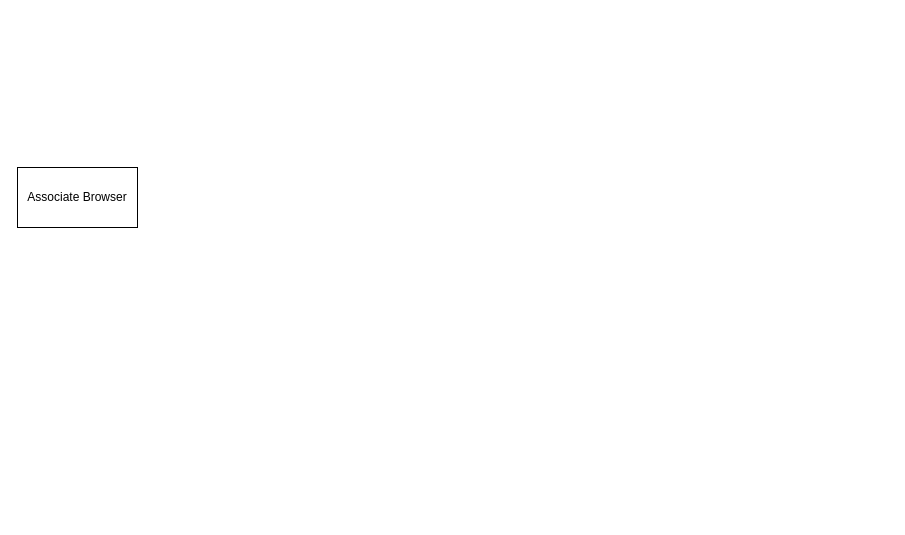
Above: Untitled Diagram.drawio in workmoreandtalkless/system-design-101 (draw.io), before the change. Source tidied: cells renumbered, new cells numbered last; positions are measured from the earlier drawing's top-left corner, leaving out a move shared by most shapes. Both pictures are drawn from the tidied source at 100%, with x=0, y=0 at pixel (17, 167).
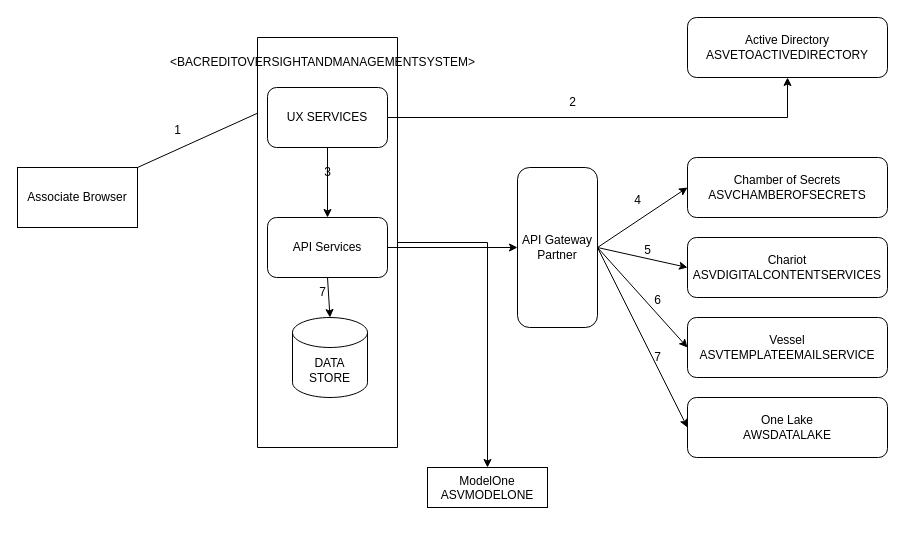
After the change.

Commit message:
complete diagram

The edit, as a diff of the source:
```diff
@@
+    <mxCell id="3" value="ModelOne&lt;div&gt;ASVMODELONE&lt;br&gt;&lt;div&gt;&lt;br&gt;&lt;/div&gt;&lt;/div&gt;" style="whiteSpace=wrap;html=1;verticalAlign=top;strokeWidth=1;" parent="1" vertex="1">
+      <mxGeometry x="410" y="300" width="120" height="40" as="geometry" />
+    </mxCell>
@@
+    <mxCell id="4" style="endArrow=classic;html=1;rounded=0;entryX=0.25;entryY=0.146;entryDx=0;entryDy=0;entryPerimeter=0;" parent="1" edge="1" target="6">
+      <mxGeometry relative="1" as="geometry">
+        <mxPoint x="120" as="sourcePoint" />
+      </mxGeometry>
+    </mxCell>
+    <mxCell id="5" style="edgeStyle=orthogonalEdgeStyle;rounded=0;jettySize=auto;html=1;" parent="1" edge="1" source="6" target="3">
+      <mxGeometry relative="1" as="geometry" />
+    </mxCell>
+    <mxCell id="6" style="verticalLabelPosition=bottom;verticalAlign=top;html=1;shape=mxgraph.basic.rect;fillColor2=none;strokeWidth=1;size=20;indent=5;" parent="1" vertex="1">
+      <mxGeometry x="240" y="-130" width="140" height="410" as="geometry" />
+    </mxCell>
+    <mxCell id="7" value="&amp;lt;BACREDITOVERSIGHTANDMANAGEMENTSYSTEM&amp;gt;" style="text;html=1;align=center;verticalAlign=middle;strokeColor=none;fillColor=none;" parent="1" vertex="1">
+      <mxGeometry x="140" y="-120" width="330" height="30" as="geometry" />
+    </mxCell>
+    <mxCell id="8" style="edgeStyle=orthogonalEdgeStyle;rounded=0;jettySize=auto;html=1;" parent="1" edge="1" source="9" target="20">
+      <mxGeometry relative="1" as="geometry" />
+    </mxCell>
+    <mxCell id="9" value="UX SERVICES" style="rounded=1;whiteSpace=wrap;html=1;" parent="1" vertex="1">
+      <mxGeometry x="250" y="-80" width="120" height="60" as="geometry" />
+    </mxCell>
+    <mxCell id="10" value="1" style="text;html=1;align=center;verticalAlign=middle;strokeColor=none;fillColor=none;" parent="1" vertex="1">
+      <mxGeometry x="145" y="-52" width="30" height="30" as="geometry" />
+    </mxCell>
+    <mxCell id="11" value="API Services" style="rounded=1;whiteSpace=wrap;html=1;" parent="1" vertex="1">
+      <mxGeometry x="250" y="50" width="120" height="60" as="geometry" />
+    </mxCell>
+    <mxCell id="12" value="DATA STORE" style="shape=cylinder3;whiteSpace=wrap;html=1;boundedLbl=1;backgroundOutline=1;size=15;" parent="1" vertex="1">
+      <mxGeometry x="275" y="150" width="75" height="80" as="geometry" />
+    </mxCell>
+    <mxCell id="13" style="endArrow=classic;html=1;rounded=0;exitX=0.5;exitY=1;exitDx=0;exitDy=0;" parent="1" edge="1" source="9">
+      <mxGeometry relative="1" as="geometry">
+        <mxPoint x="310" y="50" as="targetPoint" />
+      </mxGeometry>
+    </mxCell>
+    <mxCell id="14" value="3" style="text;html=1;align=center;verticalAlign=middle;strokeColor=none;fillColor=none;" parent="1" vertex="1">
+      <mxGeometry x="295" y="-10" width="30" height="30" as="geometry" />
+    </mxCell>
+    <mxCell id="15" style="endArrow=classic;html=1;rounded=0;exitX=0.5;exitY=1;exitDx=0;exitDy=0;entryX=0.5;entryY=0;entryDx=0;entryDy=0;entryPerimeter=0;" parent="1" edge="1" source="11" target="12">
+      <mxGeometry relative="1" as="geometry" />
+    </mxCell>
+    <mxCell id="16" value="7" style="text;html=1;align=center;verticalAlign=middle;strokeColor=none;fillColor=none;" parent="1" vertex="1">
+      <mxGeometry x="290" y="110" width="30" height="30" as="geometry" />
+    </mxCell>
+    <mxCell id="17" value="Chariot&lt;div&gt;ASVDIGITALCONTENTSERVICES&lt;/div&gt;" style="rounded=1;whiteSpace=wrap;html=1;" parent="1" vertex="1">
+      <mxGeometry x="670" y="70" width="200" height="60" as="geometry" />
+    </mxCell>
+    <mxCell id="18" value="Chamber of Secrets&lt;div&gt;ASVCHAMBEROFSECRETS&lt;/div&gt;" style="rounded=1;whiteSpace=wrap;html=1;" parent="1" vertex="1">
+      <mxGeometry x="670" y="-10" width="200" height="60" as="geometry" />
+    </mxCell>
+    <mxCell id="19" value="API Gateway Partner" style="rounded=1;whiteSpace=wrap;html=1;" parent="1" vertex="1">
+      <mxGeometry x="500" width="80" height="160" as="geometry" />
+    </mxCell>
+    <mxCell id="20" value="Active Directory&lt;div&gt;ASVETOACTIVEDIRECTORY&lt;/div&gt;" style="whiteSpace=wrap;html=1;rounded=1;" parent="1" vertex="1">
+      <mxGeometry x="670" y="-150" width="200" height="60" as="geometry" />
+    </mxCell>
+    <mxCell id="21" value="Vessel&lt;div&gt;ASVTEMPLATEEMAILSERVICE&lt;/div&gt;" style="rounded=1;whiteSpace=wrap;html=1;" parent="1" vertex="1">
+      <mxGeometry x="670" y="150" width="200" height="60" as="geometry" />
+    </mxCell>
+    <mxCell id="22" value="One Lake&lt;div&gt;AWSDATALAKE&lt;/div&gt;" style="rounded=1;whiteSpace=wrap;html=1;" parent="1" vertex="1">
+      <mxGeometry x="670" y="230" width="200" height="60" as="geometry" />
+    </mxCell>
+    <mxCell id="23" value="2" style="text;html=1;align=center;verticalAlign=middle;strokeColor=none;fillColor=none;" parent="1" vertex="1">
+      <mxGeometry x="540" y="-80" width="30" height="30" as="geometry" />
+    </mxCell>
+    <mxCell id="24" style="endArrow=classic;html=1;rounded=0;exitX=1;exitY=0.5;exitDx=0;exitDy=0;entryX=0;entryY=0.5;entryDx=0;entryDy=0;" parent="1" edge="1" source="11" target="19">
+      <mxGeometry relative="1" as="geometry" />
+    </mxCell>
+    <mxCell id="25" style="endArrow=classic;html=1;rounded=0;exitX=1;exitY=0.5;exitDx=0;exitDy=0;entryX=0;entryY=0.5;entryDx=0;entryDy=0;" parent="1" edge="1" source="19" target="18">
+      <mxGeometry relative="1" as="geometry" />
+    </mxCell>
+    <mxCell id="26" value="4" style="text;html=1;align=center;verticalAlign=middle;strokeColor=none;fillColor=none;" parent="1" vertex="1">
+      <mxGeometry x="605" y="18" width="30" height="30" as="geometry" />
+    </mxCell>
+    <mxCell id="27" style="endArrow=classic;html=1;rounded=0;exitX=1;exitY=0.5;exitDx=0;exitDy=0;entryX=0;entryY=0.5;entryDx=0;entryDy=0;" parent="1" edge="1" source="19" target="17">
+      <mxGeometry relative="1" as="geometry" />
+    </mxCell>
+    <mxCell id="28" value="5" style="text;html=1;align=center;verticalAlign=middle;strokeColor=none;fillColor=none;" parent="1" vertex="1">
+      <mxGeometry x="615" y="68" width="30" height="30" as="geometry" />
+    </mxCell>
+    <mxCell id="29" style="endArrow=classic;html=1;rounded=0;exitX=1;exitY=0.5;exitDx=0;exitDy=0;entryX=0;entryY=0.5;entryDx=0;entryDy=0;" parent="1" edge="1" source="19" target="21">
+      <mxGeometry relative="1" as="geometry" />
+    </mxCell>
+    <mxCell id="30" value="6" style="text;html=1;align=center;verticalAlign=middle;strokeColor=none;fillColor=none;" parent="1" vertex="1">
+      <mxGeometry x="625" y="118" width="30" height="30" as="geometry" />
+    </mxCell>
+    <mxCell id="31" style="endArrow=classic;html=1;rounded=0;exitX=1;exitY=0.5;exitDx=0;exitDy=0;entryX=0;entryY=0.5;entryDx=0;entryDy=0;" parent="1" edge="1" source="19" target="22">
+      <mxGeometry relative="1" as="geometry" />
+    </mxCell>
+    <mxCell id="32" value="7" style="text;html=1;align=center;verticalAlign=middle;strokeColor=none;fillColor=none;" parent="1" vertex="1">
+      <mxGeometry x="625" y="175" width="30" height="30" as="geometry" />
+    </mxCell>
```
